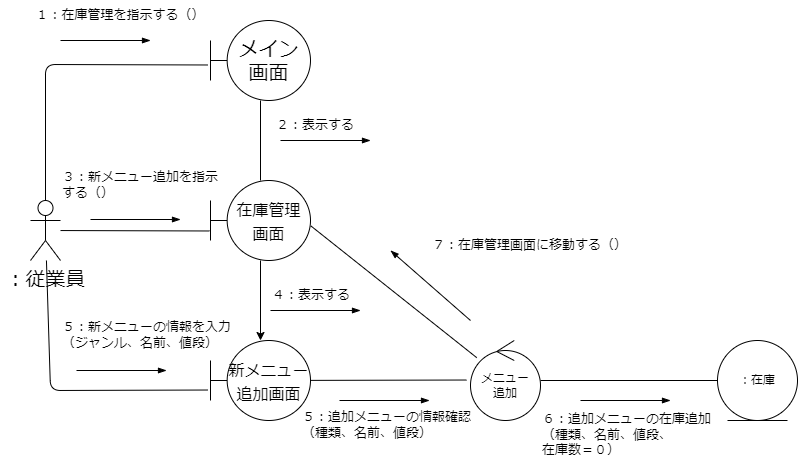
This is psp4/コミュニケーション図/コミュニケーション図_新メニュー.drawio.png from MasakiHiguchi/---, a draw.io export, as it was before one commit. Source tidied: cells renumbered, new cells last; positions are measured from the earlier drawing's top-left corner, leaving out a move shared by most shapes. Source of this version:
```xml
<mxGraphModel>
  <root>
    <mxCell id="0" />
    <mxCell id="1" parent="0" />
    <mxCell id="2" style="edgeStyle=none;hachureGap=4;html=1;entryX=-0.03;entryY=0.556;entryDx=0;entryDy=0;entryPerimeter=0;fontFamily=Helvetica;fontSize=16;endArrow=none;endFill=0;" parent="1" edge="1" source="5" target="7">
      <mxGeometry relative="1" as="geometry">
        <Array as="points">
          <mxPoint x="45" y="64" />
        </Array>
      </mxGeometry>
    </mxCell>
    <mxCell id="3" style="edgeStyle=none;html=1;entryX=-0.01;entryY=0.631;entryDx=0;entryDy=0;entryPerimeter=0;endArrow=none;endFill=0;" parent="1" edge="1" source="5" target="10">
      <mxGeometry relative="1" as="geometry" />
    </mxCell>
    <mxCell id="4" style="edgeStyle=none;html=1;entryX=-0.03;entryY=0.619;entryDx=0;entryDy=0;entryPerimeter=0;endArrow=none;endFill=0;" parent="1" edge="1" source="5" target="17">
      <mxGeometry relative="1" as="geometry">
        <Array as="points">
          <mxPoint x="50" y="390" />
        </Array>
      </mxGeometry>
    </mxCell>
    <mxCell id="5" value="：従業員" style="shape=umlActor;verticalLabelPosition=bottom;verticalAlign=top;html=1;outlineConnect=0;hachureGap=4;fontFamily=Helvetica;fontSize=20;" parent="1" vertex="1">
      <mxGeometry x="30" y="200" width="30" height="60" as="geometry" />
    </mxCell>
    <mxCell id="6" style="edgeStyle=none;hachureGap=4;html=1;fontFamily=Helvetica;fontSize=13;endArrow=none;endFill=0;" parent="1" edge="1" source="7" target="10">
      <mxGeometry relative="1" as="geometry" />
    </mxCell>
    <mxCell id="7" value="メイン&lt;br&gt;画面" style="shape=umlBoundary;whiteSpace=wrap;html=1;hachureGap=4;fontFamily=Helvetica;fontSize=20;" parent="1" vertex="1">
      <mxGeometry x="210" y="20" width="100" height="80" as="geometry" />
    </mxCell>
    <mxCell id="8" value="１：在庫管理を指示する（）" style="text;html=1;strokeColor=none;fillColor=none;align=center;verticalAlign=middle;whiteSpace=wrap;rounded=0;hachureGap=4;fontFamily=Architects Daughter;fontSource=https%3A%2F%2Ffonts.googleapis.com%2Fcss%3Ffamily%3DArchitects%2BDaughter;fontSize=13;" parent="1" vertex="1">
      <mxGeometry width="240" height="30" as="geometry" />
    </mxCell>
    <mxCell id="9" style="edgeStyle=none;html=1;" parent="1" edge="1" source="10" target="17">
      <mxGeometry relative="1" as="geometry" />
    </mxCell>
    <mxCell id="10" value="&lt;font style=&quot;font-size: 16px;&quot;&gt;在庫管理&lt;br&gt;画面&lt;/font&gt;" style="shape=umlBoundary;whiteSpace=wrap;html=1;hachureGap=4;fontFamily=Helvetica;fontSize=20;" parent="1" vertex="1">
      <mxGeometry x="210" y="180" width="100" height="80" as="geometry" />
    </mxCell>
    <mxCell id="11" value="２：表示する" style="text;html=1;strokeColor=none;fillColor=none;align=left;verticalAlign=middle;whiteSpace=wrap;rounded=0;hachureGap=4;fontFamily=Architects Daughter;fontSource=https%3A%2F%2Ffonts.googleapis.com%2Fcss%3Ffamily%3DArchitects%2BDaughter;fontSize=13;" parent="1" vertex="1">
      <mxGeometry x="274" y="110" width="220" height="30" as="geometry" />
    </mxCell>
    <mxCell id="12" value="３：新メニュー追加を指示する（）" style="text;html=1;strokeColor=none;fillColor=none;align=left;verticalAlign=middle;whiteSpace=wrap;rounded=0;hachureGap=4;fontFamily=Architects Daughter;fontSource=https%3A%2F%2Ffonts.googleapis.com%2Fcss%3Ffamily%3DArchitects%2BDaughter;fontSize=13;" parent="1" vertex="1">
      <mxGeometry x="60" y="170" width="160" height="30" as="geometry" />
    </mxCell>
    <mxCell id="13" style="endArrow=blockThin;html=1;endFill=1;" parent="1" edge="1">
      <mxGeometry relative="1" as="geometry">
        <mxPoint x="60" y="40" as="sourcePoint" />
        <mxPoint x="150" y="40" as="targetPoint" />
      </mxGeometry>
    </mxCell>
    <mxCell id="14" style="endArrow=blockThin;html=1;endFill=1;" parent="1" edge="1">
      <mxGeometry relative="1" as="geometry">
        <mxPoint x="280" y="140" as="sourcePoint" />
        <mxPoint x="370" y="140" as="targetPoint" />
      </mxGeometry>
    </mxCell>
    <mxCell id="15" style="endArrow=blockThin;html=1;endFill=1;" parent="1" edge="1">
      <mxGeometry relative="1" as="geometry">
        <mxPoint x="90" y="219" as="sourcePoint" />
        <mxPoint x="180" y="219" as="targetPoint" />
      </mxGeometry>
    </mxCell>
    <mxCell id="16" style="edgeStyle=none;html=1;entryX=-0.057;entryY=0.494;entryDx=0;entryDy=0;entryPerimeter=0;endArrow=none;endFill=0;" parent="1" edge="1" source="17" target="24">
      <mxGeometry relative="1" as="geometry" />
    </mxCell>
    <mxCell id="17" value="&lt;font style=&quot;font-size: 16px;&quot;&gt;新メニュー追加画面&lt;br&gt;&lt;/font&gt;" style="shape=umlBoundary;whiteSpace=wrap;html=1;hachureGap=4;fontFamily=Helvetica;fontSize=20;" parent="1" vertex="1">
      <mxGeometry x="210" y="340" width="100" height="80" as="geometry" />
    </mxCell>
    <mxCell id="18" value="４：表示する" style="text;html=1;strokeColor=none;fillColor=none;align=left;verticalAlign=middle;whiteSpace=wrap;rounded=0;hachureGap=4;fontFamily=Architects Daughter;fontSource=https%3A%2F%2Ffonts.googleapis.com%2Fcss%3Ffamily%3DArchitects%2BDaughter;fontSize=13;" parent="1" vertex="1">
      <mxGeometry x="270" y="280" width="220" height="30" as="geometry" />
    </mxCell>
    <mxCell id="19" style="endArrow=blockThin;html=1;endFill=1;" parent="1" edge="1">
      <mxGeometry relative="1" as="geometry">
        <mxPoint x="270" y="310" as="sourcePoint" />
        <mxPoint x="360" y="310" as="targetPoint" />
      </mxGeometry>
    </mxCell>
    <mxCell id="20" value="５：新メニューの情報を入力（ジャンル、名前、値段）" style="text;html=1;strokeColor=none;fillColor=none;align=left;verticalAlign=middle;whiteSpace=wrap;rounded=0;hachureGap=4;fontFamily=Architects Daughter;fontSource=https%3A%2F%2Ffonts.googleapis.com%2Fcss%3Ffamily%3DArchitects%2BDaughter;fontSize=13;" parent="1" vertex="1">
      <mxGeometry x="60" y="320" width="180" height="30" as="geometry" />
    </mxCell>
    <mxCell id="21" style="endArrow=blockThin;html=1;endFill=1;" parent="1" edge="1">
      <mxGeometry relative="1" as="geometry">
        <mxPoint x="76" y="370" as="sourcePoint" />
        <mxPoint x="166" y="370" as="targetPoint" />
      </mxGeometry>
    </mxCell>
    <mxCell id="22" style="edgeStyle=none;html=1;endArrow=none;endFill=0;" parent="1" edge="1" source="24" target="27">
      <mxGeometry relative="1" as="geometry" />
    </mxCell>
    <mxCell id="23" style="edgeStyle=none;html=1;entryX=1.005;entryY=0.569;entryDx=0;entryDy=0;entryPerimeter=0;endArrow=none;endFill=0;" parent="1" edge="1" source="24" target="10">
      <mxGeometry relative="1" as="geometry" />
    </mxCell>
    <mxCell id="24" value="メニュー&lt;br&gt;追加" style="ellipse;shape=umlControl;whiteSpace=wrap;html=1;" parent="1" vertex="1">
      <mxGeometry x="470" y="340" width="70" height="80" as="geometry" />
    </mxCell>
    <mxCell id="25" value="５：追加メニューの情報確認&lt;br&gt;（種類、名前、値段）" style="text;html=1;strokeColor=none;fillColor=none;align=left;verticalAlign=middle;whiteSpace=wrap;rounded=0;hachureGap=4;fontFamily=Architects Daughter;fontSource=https%3A%2F%2Ffonts.googleapis.com%2Fcss%3Ffamily%3DArchitects%2BDaughter;fontSize=13;" parent="1" vertex="1">
      <mxGeometry x="300" y="420" width="180" height="10" as="geometry" />
    </mxCell>
    <mxCell id="26" style="endArrow=blockThin;html=1;endFill=1;" parent="1" edge="1">
      <mxGeometry relative="1" as="geometry">
        <mxPoint x="339" y="400" as="sourcePoint" />
        <mxPoint x="429" y="400" as="targetPoint" />
      </mxGeometry>
    </mxCell>
    <mxCell id="27" value="：在庫" style="ellipse;shape=umlEntity;whiteSpace=wrap;html=1;" parent="1" vertex="1">
      <mxGeometry x="717" y="340" width="80" height="80" as="geometry" />
    </mxCell>
    <mxCell id="28" value="６：追加メニューの在庫追加&lt;br&gt;（種類、名前、値段、&lt;br&gt;在庫数＝０）" style="text;html=1;strokeColor=none;fillColor=none;align=left;verticalAlign=middle;whiteSpace=wrap;rounded=0;hachureGap=4;fontFamily=Architects Daughter;fontSource=https%3A%2F%2Ffonts.googleapis.com%2Fcss%3Ffamily%3DArchitects%2BDaughter;fontSize=13;" parent="1" vertex="1">
      <mxGeometry x="540" y="430" width="180" height="10" as="geometry" />
    </mxCell>
    <mxCell id="29" style="endArrow=blockThin;html=1;endFill=1;" parent="1" edge="1">
      <mxGeometry relative="1" as="geometry">
        <mxPoint x="580" y="400" as="sourcePoint" />
        <mxPoint x="670" y="400" as="targetPoint" />
      </mxGeometry>
    </mxCell>
    <mxCell id="30" value="７：在庫管理画面に移動する（）" style="text;html=1;strokeColor=none;fillColor=none;align=left;verticalAlign=middle;whiteSpace=wrap;rounded=0;hachureGap=4;fontFamily=Architects Daughter;fontSource=https%3A%2F%2Ffonts.googleapis.com%2Fcss%3Ffamily%3DArchitects%2BDaughter;fontSize=13;" parent="1" vertex="1">
      <mxGeometry x="430" y="230" width="220" height="30" as="geometry" />
    </mxCell>
    <mxCell id="31" style="endArrow=blockThin;html=1;endFill=1;" parent="1" edge="1">
      <mxGeometry relative="1" as="geometry">
        <mxPoint x="470" y="320" as="sourcePoint" />
        <mxPoint x="390" y="250" as="targetPoint" />
      </mxGeometry>
    </mxCell>
  </root>
</mxGraphModel>
```
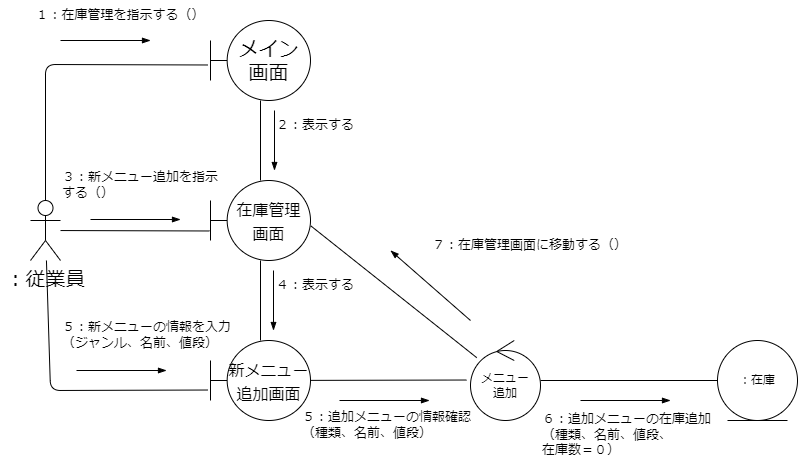
The same file after the commit.

Diff of the diagram source:
```diff
@@ -31,7 +31,7 @@
     <mxCell id="8" value="１：在庫管理を指示する（）" style="text;html=1;strokeColor=none;fillColor=none;align=center;verticalAlign=middle;whiteSpace=wrap;rounded=0;hachureGap=4;fontFamily=Architects Daughter;fontSource=https%3A%2F%2Ffonts.googleapis.com%2Fcss%3Ffamily%3DArchitects%2BDaughter;fontSize=13;" parent="1" vertex="1">
       <mxGeometry width="240" height="30" as="geometry" />
     </mxCell>
-    <mxCell id="9" style="edgeStyle=none;html=1;" parent="1" edge="1" source="10" target="17">
+    <mxCell id="9" style="edgeStyle=none;html=1;endArrow=none;endFill=0;" parent="1" edge="1" source="10" target="17">
       <mxGeometry relative="1" as="geometry" />
     </mxCell>
     <mxCell id="10" value="&lt;font style=&quot;font-size: 16px;&quot;&gt;在庫管理&lt;br&gt;画面&lt;/font&gt;" style="shape=umlBoundary;whiteSpace=wrap;html=1;hachureGap=4;fontFamily=Helvetica;fontSize=20;" parent="1" vertex="1">
@@ -51,8 +51,8 @@
     </mxCell>
     <mxCell id="14" style="endArrow=blockThin;html=1;endFill=1;" parent="1" edge="1">
       <mxGeometry relative="1" as="geometry">
-        <mxPoint x="280" y="140" as="sourcePoint" />
-        <mxPoint x="370" y="140" as="targetPoint" />
+        <mxPoint x="274" y="110" as="sourcePoint" />
+        <mxPoint x="274" y="170" as="targetPoint" />
       </mxGeometry>
     </mxCell>
     <mxCell id="15" style="endArrow=blockThin;html=1;endFill=1;" parent="1" edge="1">
@@ -68,12 +68,12 @@
       <mxGeometry x="210" y="340" width="100" height="80" as="geometry" />
     </mxCell>
     <mxCell id="18" value="４：表示する" style="text;html=1;strokeColor=none;fillColor=none;align=left;verticalAlign=middle;whiteSpace=wrap;rounded=0;hachureGap=4;fontFamily=Architects Daughter;fontSource=https%3A%2F%2Ffonts.googleapis.com%2Fcss%3Ffamily%3DArchitects%2BDaughter;fontSize=13;" parent="1" vertex="1">
-      <mxGeometry x="270" y="280" width="220" height="30" as="geometry" />
+      <mxGeometry x="274" y="270" width="220" height="30" as="geometry" />
     </mxCell>
     <mxCell id="19" style="endArrow=blockThin;html=1;endFill=1;" parent="1" edge="1">
       <mxGeometry relative="1" as="geometry">
-        <mxPoint x="270" y="310" as="sourcePoint" />
-        <mxPoint x="360" y="310" as="targetPoint" />
+        <mxPoint x="273" y="270" as="sourcePoint" />
+        <mxPoint x="273" y="330" as="targetPoint" />
       </mxGeometry>
     </mxCell>
     <mxCell id="20" value="５：新メニューの情報を入力（ジャンル、名前、値段）" style="text;html=1;strokeColor=none;fillColor=none;align=left;verticalAlign=middle;whiteSpace=wrap;rounded=0;hachureGap=4;fontFamily=Architects Daughter;fontSource=https%3A%2F%2Ffonts.googleapis.com%2Fcss%3Ffamily%3DArchitects%2BDaughter;fontSize=13;" parent="1" vertex="1">
```
